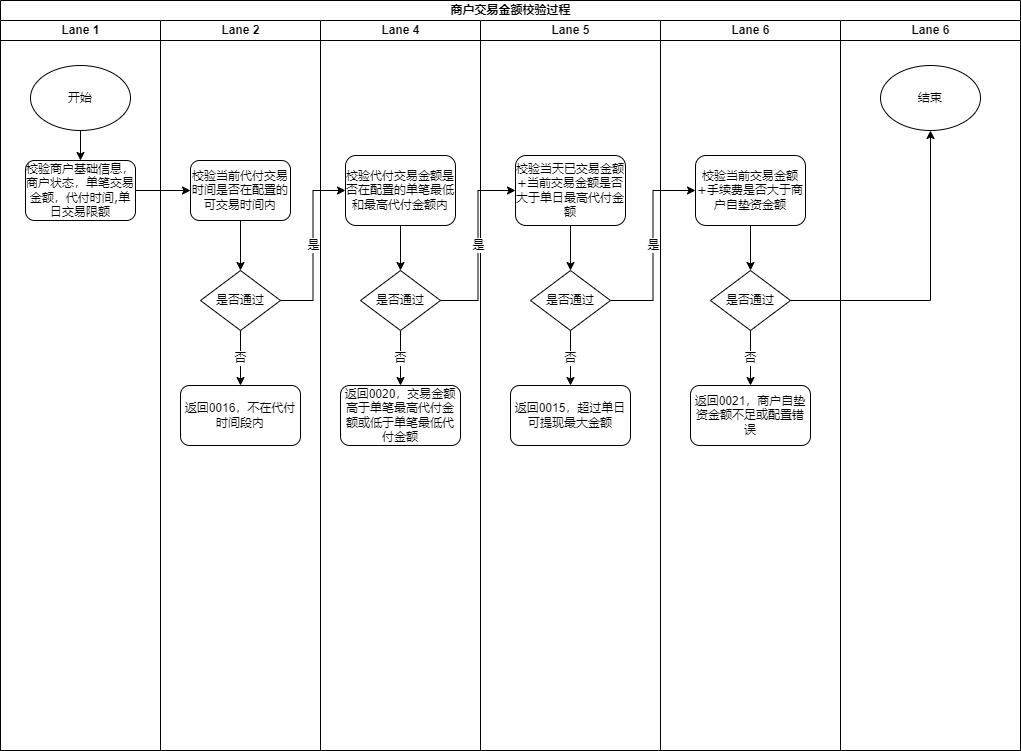
The draw.io diagram 商户交易金额校验以及手续费计算.png in songyibo2019/mydiagrams, before a commit. Source tidied: cells renumbered, new cells last; positions are measured from the earlier drawing's top-left corner, leaving out a move shared by most shapes.
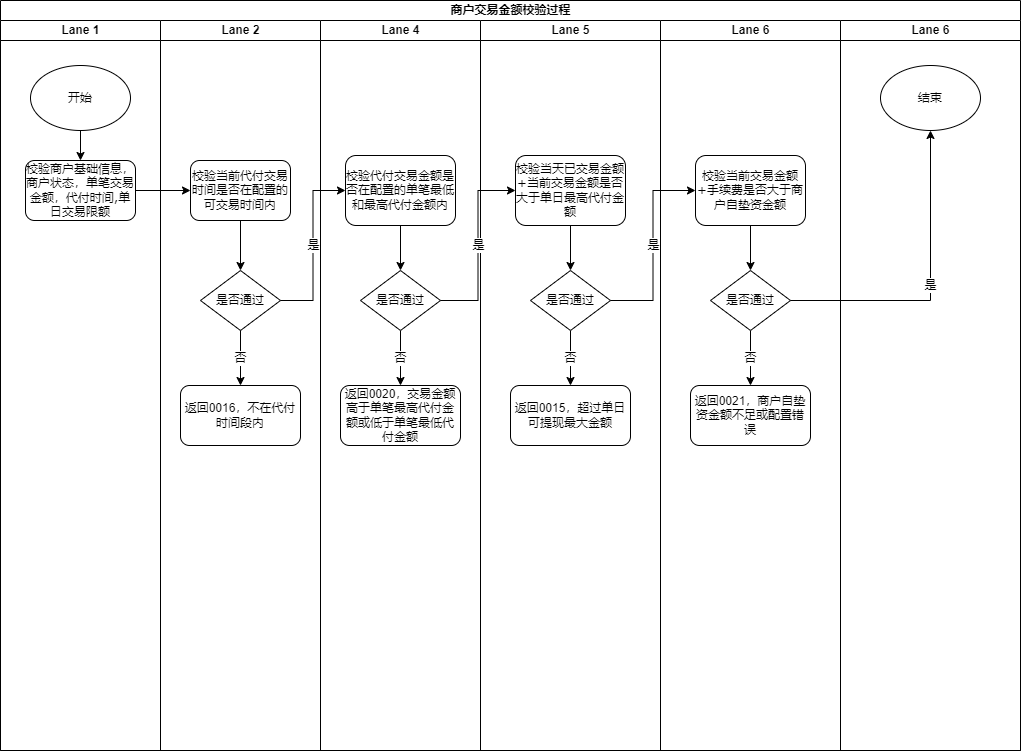
Later version of the same file.

Commit message:
Update 商户交易金额校验以及手续费计算.png

What changed in the source:
```diff
@@ -107,7 +107,7 @@
     <mxCell id="36" value="结束" style="ellipse;whiteSpace=wrap;html=1;" parent="35" vertex="1">
       <mxGeometry x="40" y="45" width="100" height="65" as="geometry" />
     </mxCell>
-    <mxCell id="37" style="edgeStyle=orthogonalEdgeStyle;rounded=0;jettySize=auto;html=1;exitX=1;exitY=0.5;exitDx=0;exitDy=0;entryX=0.5;entryY=1;entryDx=0;entryDy=0;" parent="2" edge="1" source="32" target="36">
+    <mxCell id="37" value="是" style="edgeStyle=orthogonalEdgeStyle;rounded=0;jettySize=auto;html=1;exitX=1;exitY=0.5;exitDx=0;exitDy=0;entryX=0.5;entryY=1;entryDx=0;entryDy=0;" parent="2" edge="1" source="32" target="36">
       <mxGeometry relative="1" as="geometry" />
     </mxCell>
   </root>
```
